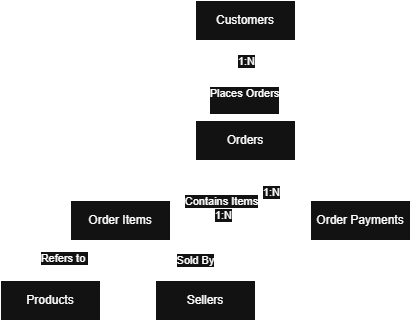
The draw.io diagram docs/diagrams/conceptual-erd.drawio.png in neeleshksingh/Ecommerce-Sales-Analytics, before a commit. Source tidied: cells renumbered, new cells last; positions are measured from the earlier drawing's top-left corner, leaving out a move shared by most shapes.
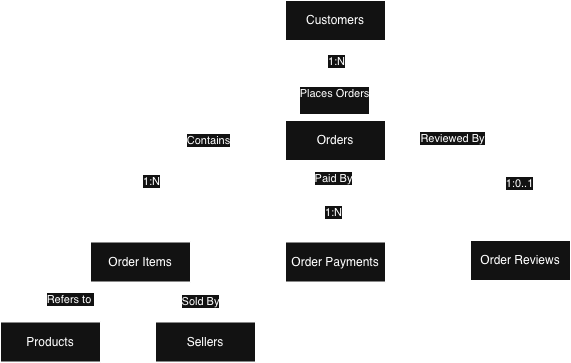
Later version of the same file.

Diff of the diagram source:
```diff
@@ -16,29 +16,41 @@
     <mxCell id="5" value="Customers" style="whiteSpace=wrap;html=1;align=center;" parent="1" vertex="1">
       <mxGeometry x="195" width="100" height="40" as="geometry" />
     </mxCell>
-    <mxCell id="6" style="edgeStyle=orthogonalEdgeStyle;rounded=0;orthogonalLoop=1;jettySize=auto;html=1;" parent="1" edge="1">
-      <mxGeometry relative="1" as="geometry">
-        <mxPoint x="220" y="170" as="sourcePoint" />
-        <mxPoint x="160" y="230" as="targetPoint" />
-        <Array as="points">
-          <mxPoint x="220" y="230" />
-        </Array>
-      </mxGeometry>
-    </mxCell>
-    <mxCell id="7" value="1:N" style="edgeLabel;html=1;align=center;verticalAlign=middle;" parent="6" vertex="1">
-      <mxGeometry x="-0.28" y="2" relative="1" as="geometry" />
-    </mxCell>
-    <mxCell id="8" value="Contains Items" style="edgeLabel;html=1;align=center;verticalAlign=middle;" parent="6" vertex="1">
-      <mxGeometry x="0.38" y="-3" relative="1" as="geometry">
-        <mxPoint x="23" y="-27" as="offset" />
-      </mxGeometry>
-    </mxCell>
+    <mxCell id="20" style="edgeStyle=orthogonalEdgeStyle;rounded=0;jettySize=auto;html=1;exitX=0;exitY=0.5;exitDx=0;exitDy=0;" parent="1" edge="1" source="11">
+      <mxGeometry relative="1" as="geometry">
+        <mxPoint x="60" y="240" as="targetPoint" />
+      </mxGeometry>
+    </mxCell>
+    <mxCell id="21" value="Contains" style="edgeLabel;html=1;align=center;verticalAlign=middle;" parent="20" vertex="1">
+      <mxGeometry x="-0.17" y="-2" relative="1" as="geometry">
+        <mxPoint x="19" y="1" as="offset" />
+      </mxGeometry>
+    </mxCell>
+    <mxCell id="22" value="1:N" style="edgeLabel;html=1;align=center;verticalAlign=middle;" parent="20" vertex="1">
+      <mxGeometry x="0.18" y="3" relative="1" as="geometry">
+        <mxPoint x="-3" y="36" as="offset" />
+      </mxGeometry>
+    </mxCell>
-    <mxCell id="9" style="edgeStyle=orthogonalEdgeStyle;rounded=0;jettySize=auto;html=1;exitX=0.75;exitY=1;exitDx=0;exitDy=0;entryX=0;entryY=0.5;entryDx=0;entryDy=0;" parent="1" edge="1" source="11" target="19">
+    <mxCell id="9" style="edgeStyle=orthogonalEdgeStyle;rounded=0;jettySize=auto;html=1;exitX=0.5;exitY=1;exitDx=0;exitDy=0;entryX=0.5;entryY=0;entryDx=0;entryDy=0;" parent="1" edge="1" source="11" target="19">
       <mxGeometry relative="1" as="geometry" />
     </mxCell>
-    <mxCell id="10" value="1:N" style="edgeLabel;html=1;align=center;verticalAlign=middle;" parent="9" vertex="1">
-      <mxGeometry x="-0.37" relative="1" as="geometry" />
-    </mxCell>
+    <mxCell id="23" value="Paid By" style="edgeLabel;html=1;align=center;verticalAlign=middle;" parent="9" vertex="1">
+      <mxGeometry x="-0.58" y="-3" relative="1" as="geometry" />
+    </mxCell>
+    <mxCell id="24" value="1:N" style="edgeLabel;html=1;align=center;verticalAlign=middle;" parent="9" vertex="1">
+      <mxGeometry x="0.25" y="-3" relative="1" as="geometry" />
+    </mxCell>
+    <mxCell id="25" style="edgeStyle=orthogonalEdgeStyle;rounded=0;jettySize=auto;html=1;exitX=1;exitY=0.5;exitDx=0;exitDy=0;" parent="1" edge="1" source="11" target="28">
+      <mxGeometry relative="1" as="geometry" />
+    </mxCell>
+    <mxCell id="26" value="Reviewed By" style="edgeLabel;html=1;align=center;verticalAlign=middle;" parent="25" vertex="1">
+      <mxGeometry x="-0.6" y="3" relative="1" as="geometry">
+        <mxPoint x="19" as="offset" />
+      </mxGeometry>
+    </mxCell>
+    <mxCell id="27" value="1:0..1" style="edgeLabel;html=1;align=center;verticalAlign=middle;" parent="25" vertex="1">
+      <mxGeometry x="0.51" y="-2" relative="1" as="geometry" />
+    </mxCell>
     <mxCell id="11" value="Orders" style="whiteSpace=wrap;html=1;align=center;" parent="1" vertex="1">
       <mxGeometry x="195" y="120" width="100" height="40" as="geometry" />
     </mxCell>
@@ -55,16 +67,19 @@
       <mxGeometry x="0.5" y="1" relative="1" as="geometry" />
     </mxCell>
     <mxCell id="16" value="Order Items" style="whiteSpace=wrap;html=1;align=center;" parent="1" vertex="1">
-      <mxGeometry x="70" y="200" width="100" height="40" as="geometry" />
+      <mxGeometry y="241.5" width="100" height="40" as="geometry" />
     </mxCell>
     <mxCell id="17" value="Products" style="whiteSpace=wrap;html=1;align=center;" parent="1" vertex="1">
-      <mxGeometry y="280" width="100" height="40" as="geometry" />
+      <mxGeometry x="-90" y="321.5" width="100" height="40" as="geometry" />
     </mxCell>
     <mxCell id="18" value="Sellers" style="whiteSpace=wrap;html=1;align=center;" parent="1" vertex="1">
-      <mxGeometry x="155" y="280" width="100" height="40" as="geometry" />
+      <mxGeometry x="65" y="321.5" width="100" height="40" as="geometry" />
     </mxCell>
     <mxCell id="19" value="Order Payments" style="whiteSpace=wrap;html=1;align=center;" parent="1" vertex="1">
-      <mxGeometry x="310" y="200" width="100" height="40" as="geometry" />
+      <mxGeometry x="195" y="241.5" width="100" height="40" as="geometry" />
     </mxCell>
+    <mxCell id="28" value="Order Reviews" style="whiteSpace=wrap;html=1;align=center;" parent="1" vertex="1">
+      <mxGeometry x="380" y="240" width="100" height="40" as="geometry" />
+    </mxCell>
   </root>
 </mxGraphModel>
```
